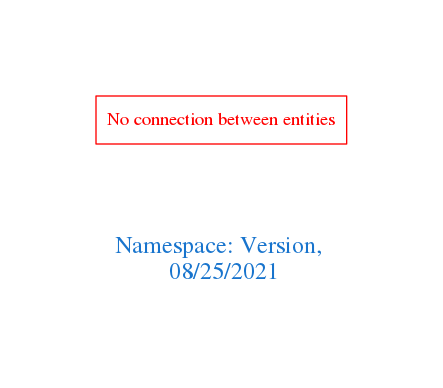
Earlier version of the Graphviz export downloads/Version.png (arago/OGIT). Its source is kept beside it as downloads/Version.dot.
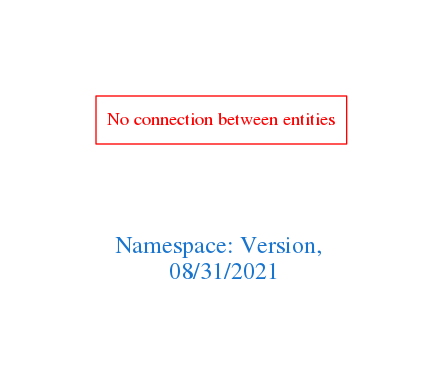
The same diagram one commit later.

What changed in the source:
```diff
@@ -1,7 +1,7 @@
 digraph OGIT_ontology {
  graph [ rankdir= LR,pad=1
 fontsize = 18,
-fontcolor= dodgerblue3,label = "\n\n\nNamespace: Version, \n 08/25/2021"];
+fontcolor= dodgerblue3,label = "\n\n\nNamespace: Version, \n 08/31/2021"];
 node[shape=polygon];
 edge [  color="gray81"];
 
```
